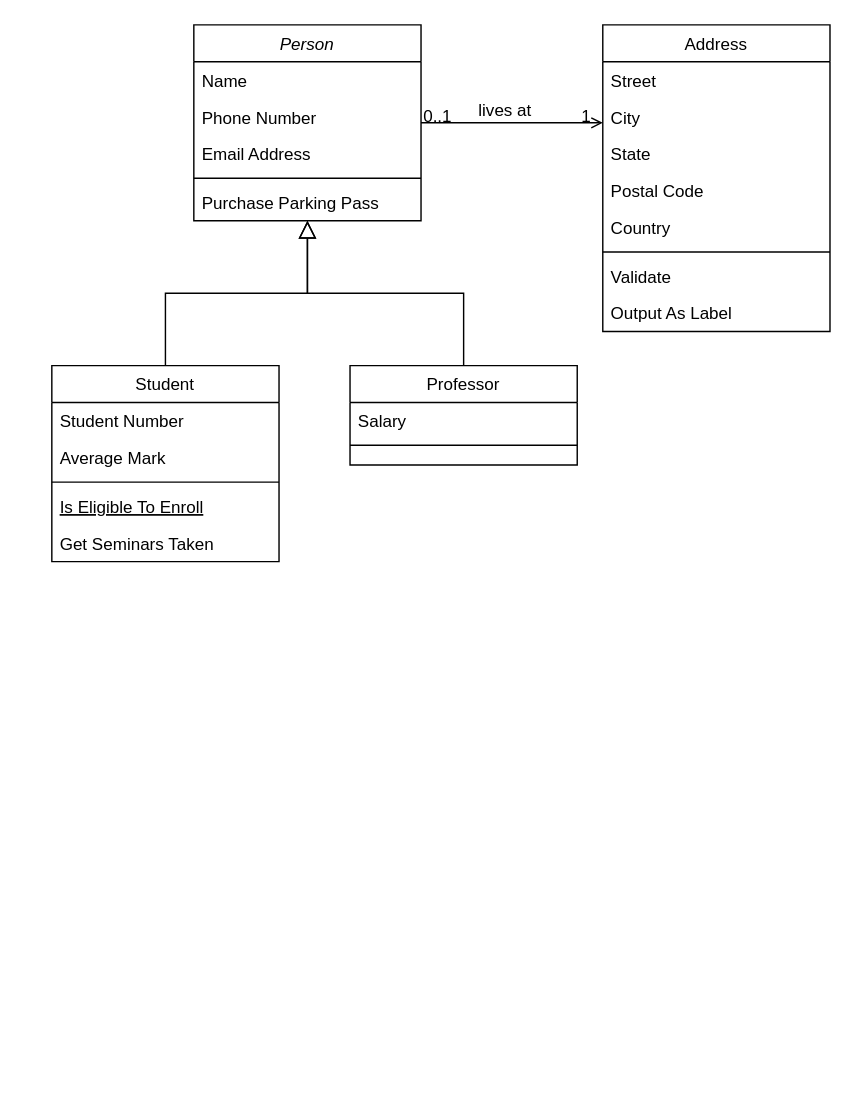
The draw.io diagram Class-Diagram-Perpus-Digital.drawio in sastafelishaa/tefa-perpusdigital, before the edit. Source tidied: cells renumbered, new cells numbered last; positions are measured from the earlier drawing's top-left corner, leaving out a move shared by most shapes. Both pictures are drawn from the tidied source at 142%, with x=0, y=0 at pixel (51, 24).
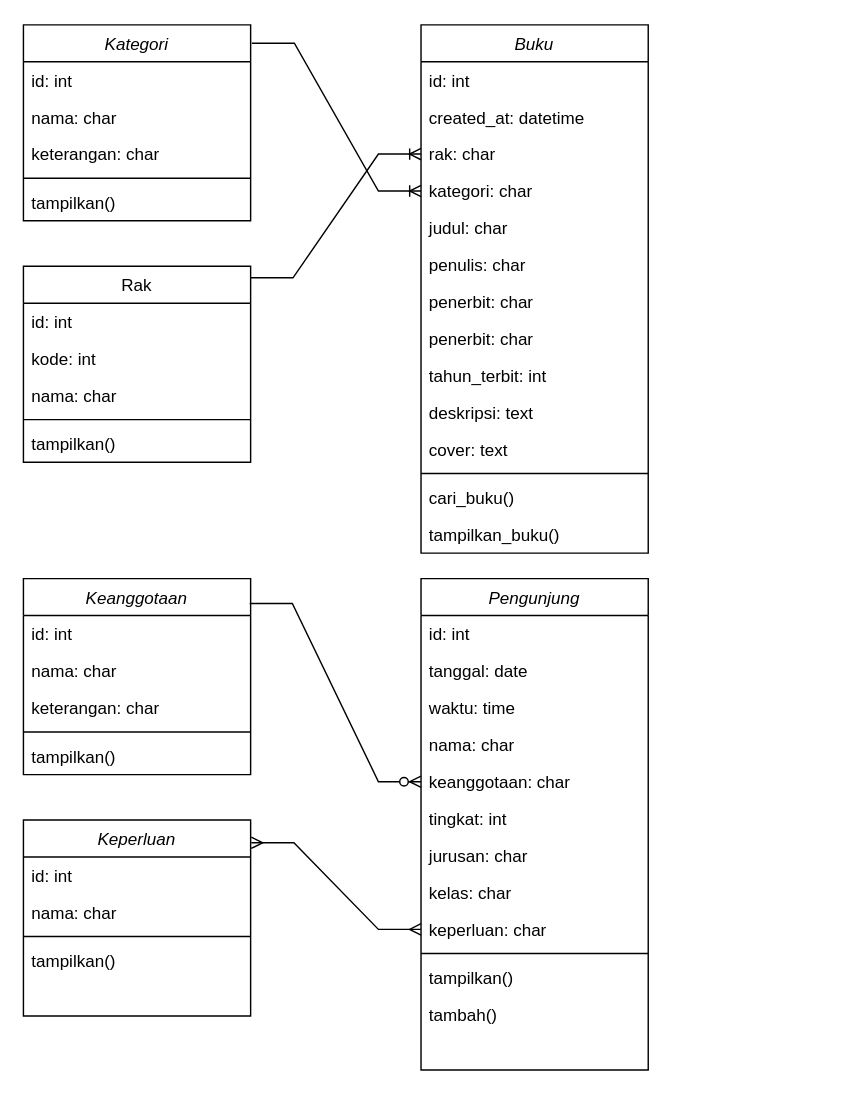
After the change.

Change to the diagram source:
```diff
@@
-    <mxCell id="2" value="Person" style="swimlane;fontStyle=2;align=center;verticalAlign=top;horizontal=1;startSize=26;rounded=0;shadow=0;strokeWidth=1;" parent="1" vertex="1">
-      <mxGeometry x="100" width="160" height="138" as="geometry" />
+    <mxCell id="2" value="Kategori" style="swimlane;fontStyle=2;align=center;verticalAlign=top;horizontal=1;startSize=26;rounded=0;shadow=0;strokeWidth=1;" parent="1" vertex="1">
+      <mxGeometry x="-20" width="160" height="138" as="geometry" />
     </mxCell>
-    <mxCell id="3" value="Name" style="text;align=left;verticalAlign=top;spacingLeft=4;spacingRight=4;overflow=hidden;" parent="2" vertex="1">
+    <mxCell id="3" value="id: int" style="text;align=left;verticalAlign=top;spacingLeft=4;spacingRight=4;overflow=hidden;" parent="2" vertex="1">
       <mxGeometry y="26" width="160" height="26" as="geometry" />
     </mxCell>
-    <mxCell id="4" value="Phone Number" style="text;align=left;verticalAlign=top;spacingLeft=4;spacingRight=4;overflow=hidden;rounded=0;shadow=0;html=0;" parent="2" vertex="1">
+    <mxCell id="4" value="nama: char" style="text;align=left;verticalAlign=top;spacingLeft=4;spacingRight=4;overflow=hidden;rounded=0;shadow=0;html=0;" parent="2" vertex="1">
       <mxGeometry y="52" width="160" height="26" as="geometry" />
     </mxCell>
-    <mxCell id="5" value="Email Address" style="text;align=left;verticalAlign=top;spacingLeft=4;spacingRight=4;overflow=hidden;rounded=0;shadow=0;html=0;" parent="2" vertex="1">
+    <mxCell id="5" value="keterangan: char" style="text;align=left;verticalAlign=top;spacingLeft=4;spacingRight=4;overflow=hidden;rounded=0;shadow=0;html=0;" parent="2" vertex="1">
       <mxGeometry y="78" width="160" height="26" as="geometry" />
     </mxCell>
@@
-    <mxCell id="7" value="Purchase Parking Pass" style="text;align=left;verticalAlign=top;spacingLeft=4;spacingRight=4;overflow=hidden;" parent="2" vertex="1">
+    <mxCell id="7" value="tampilkan()" style="text;align=left;verticalAlign=top;spacingLeft=4;spacingRight=4;overflow=hidden;" parent="2" vertex="1">
       <mxGeometry y="112" width="160" height="26" as="geometry" />
     </mxCell>
-    <mxCell id="8" value="Student" style="swimlane;fontStyle=0;align=center;verticalAlign=top;horizontal=1;startSize=26;rounded=0;shadow=0;strokeWidth=1;" parent="1" vertex="1">
-      <mxGeometry y="240" width="160" height="138" as="geometry" />
+    <mxCell id="8" value="Rak" style="swimlane;fontStyle=0;align=center;verticalAlign=top;horizontal=1;startSize=26;rounded=0;shadow=0;strokeWidth=1;" parent="1" vertex="1">
+      <mxGeometry x="-20" y="170" width="160" height="138" as="geometry" />
     </mxCell>
-    <mxCell id="9" value="Student Number" style="text;align=left;verticalAlign=top;spacingLeft=4;spacingRight=4;overflow=hidden;" parent="8" vertex="1">
+    <mxCell id="9" value="id: int" style="text;align=left;verticalAlign=top;spacingLeft=4;spacingRight=4;overflow=hidden;" parent="8" vertex="1">
       <mxGeometry y="26" width="160" height="26" as="geometry" />
     </mxCell>
-    <mxCell id="10" value="Average Mark" style="text;align=left;verticalAlign=top;spacingLeft=4;spacingRight=4;overflow=hidden;rounded=0;shadow=0;html=0;" parent="8" vertex="1">
+    <mxCell id="10" value="kode: int" style="text;align=left;verticalAlign=top;spacingLeft=4;spacingRight=4;overflow=hidden;rounded=0;shadow=0;html=0;" parent="8" vertex="1">
       <mxGeometry y="52" width="160" height="26" as="geometry" />
     </mxCell>
+    <mxCell id="12" value="nama: char" style="text;align=left;verticalAlign=top;spacingLeft=4;spacingRight=4;overflow=hidden;fontStyle=0;" parent="8" vertex="1">
+      <mxGeometry y="78" width="160" height="26" as="geometry" />
+    </mxCell>
     <mxCell id="11" style="line;html=1;strokeWidth=1;align=left;verticalAlign=middle;spacingTop=-1;spacingLeft=3;spacingRight=3;labelPosition=right;" parent="8" vertex="1">
-      <mxGeometry y="78" width="160" height="8" as="geometry" />
+      <mxGeometry y="104" width="160" height="8" as="geometry" />
     </mxCell>
-    <mxCell id="12" value="Is Eligible To Enroll" style="text;align=left;verticalAlign=top;spacingLeft=4;spacingRight=4;overflow=hidden;fontStyle=4;" parent="8" vertex="1">
-      <mxGeometry y="86" width="160" height="26" as="geometry" />
-    </mxCell>
-    <mxCell id="13" value="Get Seminars Taken" style="text;align=left;verticalAlign=top;spacingLeft=4;spacingRight=4;overflow=hidden;" parent="8" vertex="1">
+    <mxCell id="13" value="tampilkan()" style="text;align=left;verticalAlign=top;spacingLeft=4;spacingRight=4;overflow=hidden;" parent="8" vertex="1">
       <mxGeometry y="112" width="160" height="26" as="geometry" />
     </mxCell>
-    <mxCell id="14" style="endArrow=block;endSize=10;endFill=0;shadow=0;strokeWidth=1;rounded=0;edgeStyle=elbowEdgeStyle;elbow=vertical;" parent="1" edge="1" source="8" target="2">
-      <mxGeometry relative="1" as="geometry" />
-    </mxCell>
-    <mxCell id="15" value="Professor" style="swimlane;fontStyle=0;align=center;verticalAlign=top;horizontal=1;startSize=26;rounded=0;shadow=0;strokeWidth=1;" parent="1" vertex="1">
-      <mxGeometry x="210" y="240" width="160" height="70" as="geometry" />
-    </mxCell>
-    <mxCell id="16" value="Salary" style="text;align=left;verticalAlign=top;spacingLeft=4;spacingRight=4;overflow=hidden;" parent="15" vertex="1">
-      <mxGeometry y="26" width="160" height="26" as="geometry" />
-    </mxCell>
-    <mxCell id="17" style="line;html=1;strokeWidth=1;align=left;verticalAlign=middle;spacingTop=-1;spacingLeft=3;spacingRight=3;labelPosition=right;" parent="15" vertex="1">
-      <mxGeometry y="52" width="160" height="8" as="geometry" />
-    </mxCell>
-    <mxCell id="18" style="endArrow=block;endSize=10;endFill=0;shadow=0;strokeWidth=1;rounded=0;edgeStyle=elbowEdgeStyle;elbow=vertical;" parent="1" edge="1" source="15" target="2">
-      <mxGeometry relative="1" as="geometry" />
-    </mxCell>
-    <mxCell id="19" value="Address" style="swimlane;fontStyle=0;align=center;verticalAlign=top;horizontal=1;startSize=26;rounded=0;shadow=0;strokeWidth=1;" parent="1" vertex="1">
-      <mxGeometry x="388" width="160" height="216" as="geometry" />
+    <mxCell id="19" value="Buku" style="swimlane;fontStyle=2;align=center;verticalAlign=top;horizontal=1;startSize=26;rounded=0;shadow=0;strokeWidth=1;" parent="1" vertex="1">
+      <mxGeometry x="260" width="160" height="372" as="geometry" />
     </mxCell>
-    <mxCell id="20" value="Street" style="text;align=left;verticalAlign=top;spacingLeft=4;spacingRight=4;overflow=hidden;" parent="19" vertex="1">
+    <mxCell id="20" value="id: int" style="text;align=left;verticalAlign=top;spacingLeft=4;spacingRight=4;overflow=hidden;" parent="19" vertex="1">
       <mxGeometry y="26" width="160" height="26" as="geometry" />
     </mxCell>
-    <mxCell id="21" value="City" style="text;align=left;verticalAlign=top;spacingLeft=4;spacingRight=4;overflow=hidden;rounded=0;shadow=0;html=0;" parent="19" vertex="1">
+    <mxCell id="21" value="created_at: datetime" style="text;align=left;verticalAlign=top;spacingLeft=4;spacingRight=4;overflow=hidden;rounded=0;shadow=0;html=0;" parent="19" vertex="1">
       <mxGeometry y="52" width="160" height="26" as="geometry" />
     </mxCell>
-    <mxCell id="22" value="State" style="text;align=left;verticalAlign=top;spacingLeft=4;spacingRight=4;overflow=hidden;points=[[0,0.5],[1,0.5]];portConstraint=eastwest;rounded=0;shadow=0;html=0;" parent="19" vertex="1">
+    <mxCell id="22" value="rak: char" style="text;align=left;verticalAlign=top;spacingLeft=4;spacingRight=4;overflow=hidden;points=[[0,0.5],[1,0.5]];portConstraint=eastwest;rounded=0;shadow=0;html=0;" parent="19" vertex="1">
       <mxGeometry y="78" width="160" height="26" as="geometry" />
     </mxCell>
-    <mxCell id="23" value="Postal Code" style="text;align=left;verticalAlign=top;spacingLeft=4;spacingRight=4;overflow=hidden;points=[[0,0.5],[1,0.5]];portConstraint=eastwest;rounded=0;shadow=0;html=0;" parent="19" vertex="1">
+    <mxCell id="23" value="kategori: char" style="text;align=left;verticalAlign=top;spacingLeft=4;spacingRight=4;overflow=hidden;points=[[0,0.5],[1,0.5]];portConstraint=eastwest;rounded=0;shadow=0;html=0;" parent="19" vertex="1">
       <mxGeometry y="104" width="160" height="26" as="geometry" />
     </mxCell>
-    <mxCell id="24" value="Country" style="text;align=left;verticalAlign=top;spacingLeft=4;spacingRight=4;overflow=hidden;rounded=0;shadow=0;html=0;" parent="19" vertex="1">
+    <mxCell id="24" value="judul: char&#10;" style="text;align=left;verticalAlign=top;spacingLeft=4;spacingRight=4;overflow=hidden;rounded=0;shadow=0;html=0;" parent="19" vertex="1">
       <mxGeometry y="130" width="160" height="26" as="geometry" />
     </mxCell>
+    <mxCell id="26" value="penulis: char" style="text;align=left;verticalAlign=top;spacingLeft=4;spacingRight=4;overflow=hidden;" parent="19" vertex="1">
+      <mxGeometry y="156" width="160" height="26" as="geometry" />
+    </mxCell>
+    <mxCell id="32" value="penerbit: char" style="text;align=left;verticalAlign=top;spacingLeft=4;spacingRight=4;overflow=hidden;" parent="19" vertex="1">
+      <mxGeometry y="182" width="160" height="26" as="geometry" />
+    </mxCell>
+    <mxCell id="33" value="penerbit: char" style="text;align=left;verticalAlign=top;spacingLeft=4;spacingRight=4;overflow=hidden;" parent="19" vertex="1">
+      <mxGeometry y="208" width="160" height="26" as="geometry" />
+    </mxCell>
+    <mxCell id="34" value="tahun_terbit: int" style="text;align=left;verticalAlign=top;spacingLeft=4;spacingRight=4;overflow=hidden;" parent="19" vertex="1">
+      <mxGeometry y="234" width="160" height="26" as="geometry" />
+    </mxCell>
+    <mxCell id="35" value="deskripsi: text" style="text;align=left;verticalAlign=top;spacingLeft=4;spacingRight=4;overflow=hidden;" parent="19" vertex="1">
+      <mxGeometry y="260" width="160" height="26" as="geometry" />
+    </mxCell>
+    <mxCell id="36" value="cover: text" style="text;align=left;verticalAlign=top;spacingLeft=4;spacingRight=4;overflow=hidden;" parent="19" vertex="1">
+      <mxGeometry y="286" width="160" height="26" as="geometry" />
+    </mxCell>
     <mxCell id="25" style="line;html=1;strokeWidth=1;align=left;verticalAlign=middle;spacingTop=-1;spacingLeft=3;spacingRight=3;labelPosition=right;" parent="19" vertex="1">
-      <mxGeometry y="156" width="160" height="8" as="geometry" />
+      <mxGeometry y="312" width="160" height="8" as="geometry" />
     </mxCell>
-    <mxCell id="26" value="Validate" style="text;align=left;verticalAlign=top;spacingLeft=4;spacingRight=4;overflow=hidden;" parent="19" vertex="1">
-      <mxGeometry y="164" width="160" height="26" as="geometry" />
-    </mxCell>
-    <mxCell id="27" value="Output As Label" style="text;align=left;verticalAlign=top;spacingLeft=4;spacingRight=4;overflow=hidden;" parent="19" vertex="1">
-      <mxGeometry y="190" width="160" height="26" as="geometry" />
+    <mxCell id="27" value="cari_buku()" style="text;align=left;verticalAlign=top;spacingLeft=4;spacingRight=4;overflow=hidden;" parent="19" vertex="1">
+      <mxGeometry y="320" width="160" height="26" as="geometry" />
     </mxCell>
-    <mxCell id="28" style="endArrow=open;shadow=0;strokeWidth=1;rounded=0;endFill=1;edgeStyle=elbowEdgeStyle;elbow=vertical;" parent="1" edge="1" source="2" target="19">
-      <mxGeometry x="0.5" y="41" relative="1" as="geometry">
-        <mxPoint x="-40" y="32" as="offset" />
-      </mxGeometry>
-    </mxCell>
-    <mxCell id="29" value="0..1" style="align=left;verticalAlign=bottom;labelBackgroundColor=none;fontSize=12;" parent="28" vertex="1">
-      <mxGeometry x="-1" relative="1" as="geometry">
-        <mxPoint y="4" as="offset" />
-      </mxGeometry>
-    </mxCell>
-    <mxCell id="30" value="1" style="align=right;verticalAlign=bottom;labelBackgroundColor=none;fontSize=12;" parent="28" vertex="1">
-      <mxGeometry x="1" relative="1" as="geometry">
-        <mxPoint x="-7" y="4" as="offset" />
-      </mxGeometry>
-    </mxCell>
-    <mxCell id="31" value="lives at" style="text;html=1;align=center;verticalAlign=middle;labelBackgroundColor=none;rounded=0;shadow=0;strokeWidth=1;fontSize=12;" parent="28" vertex="1">
-      <mxGeometry x="0.5" y="49" relative="1" as="geometry">
-        <mxPoint x="-38" y="40" as="offset" />
-      </mxGeometry>
-    </mxCell>
+    <mxCell id="37" value="tampilkan_buku()" style="text;align=left;verticalAlign=top;spacingLeft=4;spacingRight=4;overflow=hidden;" parent="19" vertex="1">
+      <mxGeometry y="346" width="160" height="26" as="geometry" />
+    </mxCell>
+    <mxCell id="38" value="Keanggotaan" style="swimlane;fontStyle=2;align=center;verticalAlign=top;horizontal=1;startSize=26;rounded=0;shadow=0;strokeWidth=1;" parent="1" vertex="1">
+      <mxGeometry x="-20" y="390" width="160" height="138" as="geometry" />
+    </mxCell>
+    <mxCell id="39" value="id: int" style="text;align=left;verticalAlign=top;spacingLeft=4;spacingRight=4;overflow=hidden;" parent="38" vertex="1">
+      <mxGeometry y="26" width="160" height="26" as="geometry" />
+    </mxCell>
+    <mxCell id="40" value="nama: char" style="text;align=left;verticalAlign=top;spacingLeft=4;spacingRight=4;overflow=hidden;rounded=0;shadow=0;html=0;" parent="38" vertex="1">
+      <mxGeometry y="52" width="160" height="26" as="geometry" />
+    </mxCell>
+    <mxCell id="41" value="keterangan: char" style="text;align=left;verticalAlign=top;spacingLeft=4;spacingRight=4;overflow=hidden;rounded=0;shadow=0;html=0;" parent="38" vertex="1">
+      <mxGeometry y="78" width="160" height="26" as="geometry" />
+    </mxCell>
+    <mxCell id="42" style="line;html=1;strokeWidth=1;align=left;verticalAlign=middle;spacingTop=-1;spacingLeft=3;spacingRight=3;labelPosition=right;" parent="38" vertex="1">
+      <mxGeometry y="104" width="160" height="8" as="geometry" />
+    </mxCell>
+    <mxCell id="43" value="tampilkan()" style="text;align=left;verticalAlign=top;spacingLeft=4;spacingRight=4;overflow=hidden;" parent="38" vertex="1">
+      <mxGeometry y="112" width="160" height="26" as="geometry" />
+    </mxCell>
+    <mxCell id="44" value="Keperluan" style="swimlane;fontStyle=2;align=center;verticalAlign=top;horizontal=1;startSize=26;rounded=0;shadow=0;strokeWidth=1;" parent="1" vertex="1">
+      <mxGeometry x="-20" y="560" width="160" height="138" as="geometry" />
+    </mxCell>
+    <mxCell id="45" value="id: int" style="text;align=left;verticalAlign=top;spacingLeft=4;spacingRight=4;overflow=hidden;" parent="44" vertex="1">
+      <mxGeometry y="26" width="160" height="26" as="geometry" />
+    </mxCell>
+    <mxCell id="46" value="nama: char" style="text;align=left;verticalAlign=top;spacingLeft=4;spacingRight=4;overflow=hidden;rounded=0;shadow=0;html=0;" parent="44" vertex="1">
+      <mxGeometry y="52" width="160" height="26" as="geometry" />
+    </mxCell>
+    <mxCell id="47" style="line;html=1;strokeWidth=1;align=left;verticalAlign=middle;spacingTop=-1;spacingLeft=3;spacingRight=3;labelPosition=right;" parent="44" vertex="1">
+      <mxGeometry y="78" width="160" height="8" as="geometry" />
+    </mxCell>
+    <mxCell id="48" value="tampilkan()" style="text;align=left;verticalAlign=top;spacingLeft=4;spacingRight=4;overflow=hidden;" parent="44" vertex="1">
+      <mxGeometry y="86" width="160" height="26" as="geometry" />
+    </mxCell>
+    <mxCell id="49" value="Pengunjung" style="swimlane;fontStyle=2;align=center;verticalAlign=top;horizontal=1;startSize=26;rounded=0;shadow=0;strokeWidth=1;" parent="1" vertex="1">
+      <mxGeometry x="260" y="390" width="160" height="346" as="geometry" />
+    </mxCell>
+    <mxCell id="50" value="id: int" style="text;align=left;verticalAlign=top;spacingLeft=4;spacingRight=4;overflow=hidden;" parent="49" vertex="1">
+      <mxGeometry y="26" width="160" height="26" as="geometry" />
+    </mxCell>
+    <mxCell id="51" value="tanggal: date" style="text;align=left;verticalAlign=top;spacingLeft=4;spacingRight=4;overflow=hidden;rounded=0;shadow=0;html=0;" parent="49" vertex="1">
+      <mxGeometry y="52" width="160" height="26" as="geometry" />
+    </mxCell>
+    <mxCell id="52" value="waktu: time" style="text;align=left;verticalAlign=top;spacingLeft=4;spacingRight=4;overflow=hidden;rounded=0;shadow=0;html=0;" parent="49" vertex="1">
+      <mxGeometry y="78" width="160" height="26" as="geometry" />
+    </mxCell>
+    <mxCell id="53" value="nama: char" style="text;align=left;verticalAlign=top;spacingLeft=4;spacingRight=4;overflow=hidden;rounded=0;shadow=0;html=0;" parent="49" vertex="1">
+      <mxGeometry y="104" width="160" height="26" as="geometry" />
+    </mxCell>
+    <mxCell id="54" value="keanggotaan: char" style="text;align=left;verticalAlign=top;spacingLeft=4;spacingRight=4;overflow=hidden;points=[[0,0.5],[1,0.5]];portConstraint=eastwest;rounded=0;shadow=0;html=0;" parent="49" vertex="1">
+      <mxGeometry y="130" width="160" height="26" as="geometry" />
+    </mxCell>
+    <mxCell id="55" value="tingkat: int" style="text;align=left;verticalAlign=top;spacingLeft=4;spacingRight=4;overflow=hidden;" parent="49" vertex="1">
+      <mxGeometry y="156" width="160" height="26" as="geometry" />
+    </mxCell>
+    <mxCell id="56" value="jurusan: char" style="text;align=left;verticalAlign=top;spacingLeft=4;spacingRight=4;overflow=hidden;" parent="49" vertex="1">
+      <mxGeometry y="182" width="160" height="26" as="geometry" />
+    </mxCell>
+    <mxCell id="57" value="kelas: char" style="text;align=left;verticalAlign=top;spacingLeft=4;spacingRight=4;overflow=hidden;" parent="49" vertex="1">
+      <mxGeometry y="208" width="160" height="26" as="geometry" />
+    </mxCell>
+    <mxCell id="58" value="keperluan: char" style="text;align=left;verticalAlign=top;spacingLeft=4;spacingRight=4;overflow=hidden;points=[[0,0.5],[1,0.5]];portConstraint=eastwest;" parent="49" vertex="1">
+      <mxGeometry y="234" width="160" height="26" as="geometry" />
+    </mxCell>
+    <mxCell id="59" style="line;html=1;strokeWidth=1;align=left;verticalAlign=middle;spacingTop=-1;spacingLeft=3;spacingRight=3;labelPosition=right;" parent="49" vertex="1">
+      <mxGeometry y="260" width="160" height="8" as="geometry" />
+    </mxCell>
+    <mxCell id="60" value="tampilkan()" style="text;align=left;verticalAlign=top;spacingLeft=4;spacingRight=4;overflow=hidden;" parent="49" vertex="1">
+      <mxGeometry y="268" width="160" height="26" as="geometry" />
+    </mxCell>
+    <mxCell id="61" value="tambah()" style="text;align=left;verticalAlign=top;spacingLeft=4;spacingRight=4;overflow=hidden;" parent="49" vertex="1">
+      <mxGeometry y="294" width="160" height="26" as="geometry" />
+    </mxCell>
+    <mxCell id="62" style="edgeStyle=entityRelationEdgeStyle;fontSize=12;html=1;endArrow=ERoneToMany;rounded=0;entryX=0;entryY=0.5;entryDx=0;entryDy=0;exitX=1.005;exitY=0.094;exitDx=0;exitDy=0;exitPerimeter=0;" parent="1" edge="1" source="2" target="23">
+      <mxGeometry relative="1" as="geometry">
+        <Array as="points">
+          <mxPoint x="230" y="-50" />
+        </Array>
+      </mxGeometry>
+    </mxCell>
+    <mxCell id="63" style="edgeStyle=entityRelationEdgeStyle;fontSize=12;html=1;endArrow=ERoneToMany;rounded=0;exitX=0.999;exitY=0.059;exitDx=0;exitDy=0;exitPerimeter=0;entryX=0;entryY=0.5;entryDx=0;entryDy=0;" parent="1" edge="1" source="8" target="22">
+      <mxGeometry relative="1" as="geometry" />
+    </mxCell>
+    <mxCell id="64" style="edgeStyle=entityRelationEdgeStyle;fontSize=12;html=1;endArrow=ERzeroToMany;endFill=1;rounded=0;exitX=0.996;exitY=0.127;exitDx=0;exitDy=0;exitPerimeter=0;entryX=0;entryY=0.5;entryDx=0;entryDy=0;" parent="1" edge="1" source="38" target="54">
+      <mxGeometry relative="1" as="geometry" />
+    </mxCell>
+    <mxCell id="65" style="edgeStyle=entityRelationEdgeStyle;fontSize=12;html=1;endArrow=ERmany;startArrow=ERmany;rounded=0;exitX=1.003;exitY=0.116;exitDx=0;exitDy=0;exitPerimeter=0;entryX=0;entryY=0.5;entryDx=0;entryDy=0;" parent="1" edge="1" source="44" target="58">
+      <mxGeometry relative="1" as="geometry" />
+    </mxCell>
```
